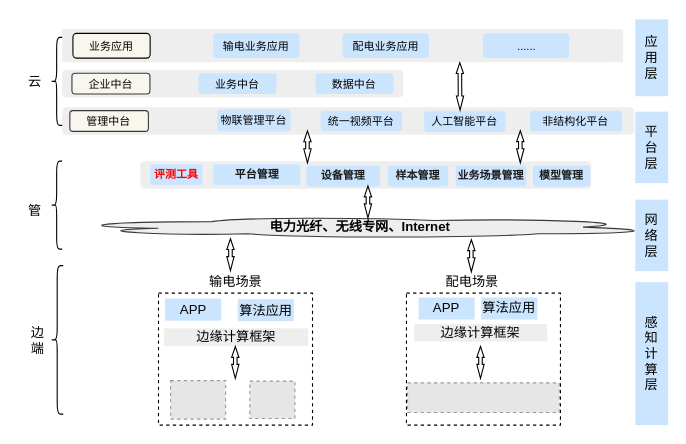
The draw.io diagram page "系统逻辑分层组件视图" (1 of 7) of 电力物联网边缘侧场景下视觉算法模型评估验证技术能力提升.drawio in paleblackless/diagrams, before the edit. Source tidied: cells renumbered, new cells numbered last; positions are measured from the earlier drawing's top-left corner, leaving out a move shared by most shapes. Both pictures are drawn from the tidied source at 110%, with x=0, y=0 at pixel (19, 19). Pictures stored in the file or linked from it are replaced by grey dashed boxes.
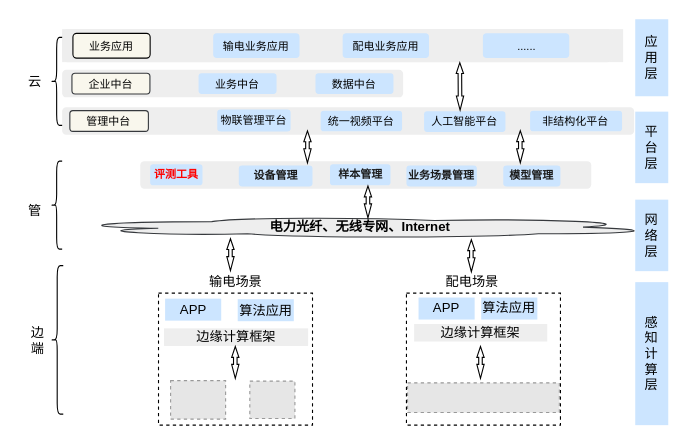
The same diagram, later.

Commit message:
更新电力物联网边缘侧场景下视觉算法模型评估验证技术能力提升.drawio

The edit, as a diff of the source:
```diff
@@
     <mxCell id="27" value="&lt;font color=&quot;#1a1a1a&quot;&gt;&lt;b&gt;设备管理&lt;/b&gt;&lt;/font&gt;" style="rounded=1;whiteSpace=wrap;html=1;fillColor=#cce5ff;strokeColor=none;fontSize=10;" parent="1" vertex="1">
-      <mxGeometry x="261" y="132.9" width="67" height="19.1" as="geometry" />
+      <mxGeometry x="199.6" y="132.9" width="67" height="19.1" as="geometry" />
     </mxCell>
     <mxCell id="28" value="&lt;font color=&quot;#1a1a1a&quot;&gt;&lt;b&gt;样本管理&lt;/b&gt;&lt;/font&gt;" style="rounded=1;whiteSpace=wrap;html=1;fillColor=#cce5ff;strokeColor=none;fontSize=10;" parent="1" vertex="1">
-      <mxGeometry x="335" y="132.9" width="55" height="19.1" as="geometry" />
+      <mxGeometry x="282.5" y="131.9" width="55" height="19.1" as="geometry" />
     </mxCell>
     <mxCell id="29" value="&lt;font color=&quot;#1a1a1a&quot;&gt;&lt;b&gt;业务场景管理&lt;/b&gt;&lt;/font&gt;" style="rounded=1;whiteSpace=wrap;html=1;fillColor=#cce5ff;strokeColor=none;fontSize=10;" parent="1" vertex="1">
-      <mxGeometry x="397" y="132.9" width="64" height="19.1" as="geometry" />
+      <mxGeometry x="352" y="132.9" width="64" height="19.1" as="geometry" />
     </mxCell>
     <mxCell id="30" value="&lt;font color=&quot;#1a1a1a&quot;&gt;&lt;b&gt;模型管理&lt;/b&gt;&lt;/font&gt;" style="rounded=1;whiteSpace=wrap;html=1;fillColor=#cce5ff;strokeColor=none;fontSize=10;" parent="1" vertex="1">
-      <mxGeometry x="467" y="132.9" width="52" height="19.1" as="geometry" />
+      <mxGeometry x="440" y="132.9" width="52" height="19.1" as="geometry" />
     </mxCell>
@@
-    <mxCell id="62" value="&lt;font color=&quot;#1a1a1a&quot;&gt;&lt;b&gt;平台管理&lt;/b&gt;&lt;/font&gt;" style="rounded=1;whiteSpace=wrap;html=1;fillColor=#cce5ff;strokeColor=none;fontSize=10;" parent="1" vertex="1">
-      <mxGeometry x="176.6" y="131.9" width="79" height="19.1" as="geometry" />
-    </mxCell>
```
